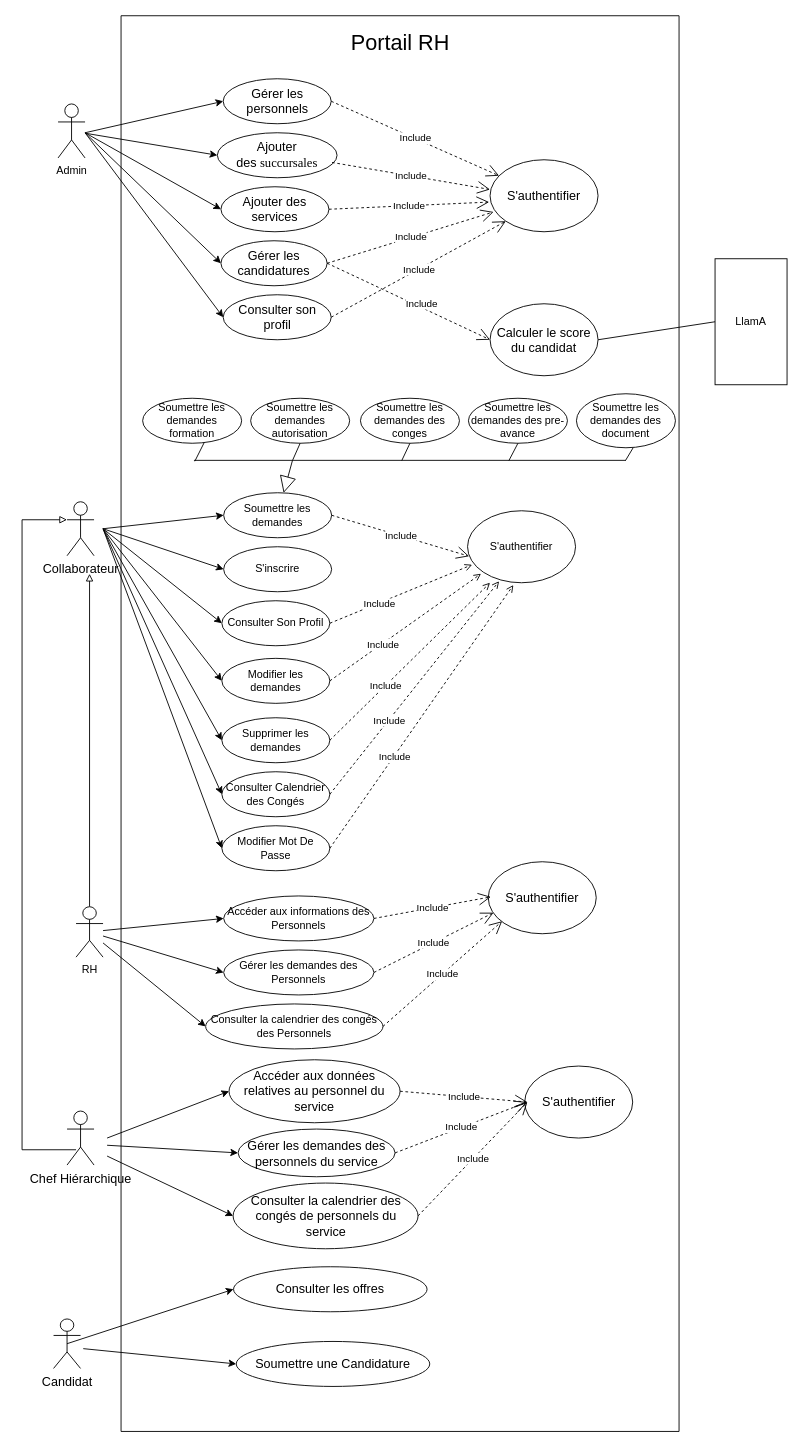
The draw.io diagram Diagramme_use_case.drawio in PORTAIL-RH/Portail-RH-Mobile, before the edit. Source tidied: cells renumbered, new cells numbered last; positions are measured from the earlier drawing's top-left corner, leaving out a move shared by most shapes. Both pictures are drawn from the tidied source at 90%, with x=0, y=0 at pixel (22, 15).
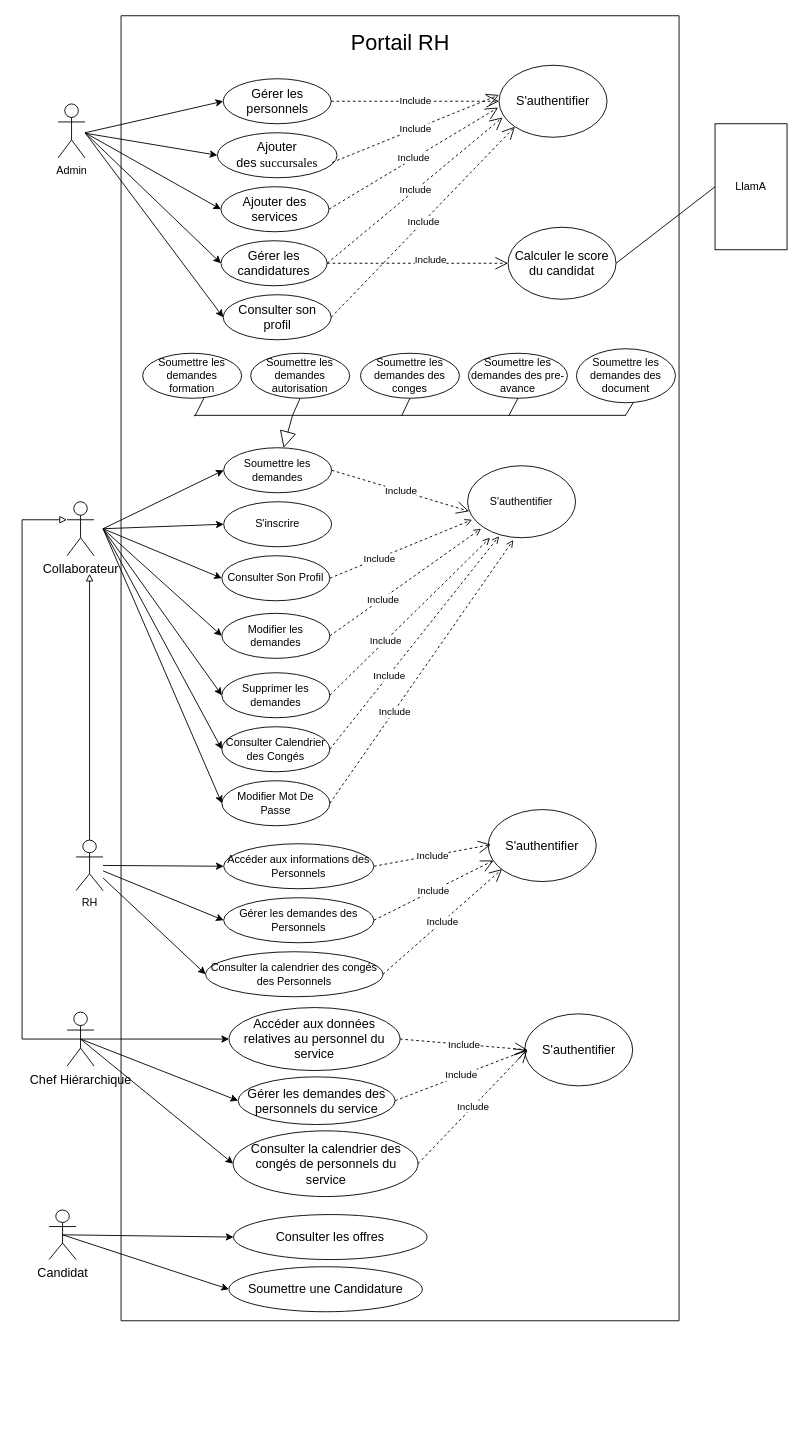
After the change.

Commit message:
Mettre à jour Diagramme_use_case.drawio

What changed in the source:
```diff
@@
     <mxCell id="2" style="swimlane;startSize=0;" parent="1" vertex="1">
-      <mxGeometry x="110" width="620" height="1573" as="geometry" />
+      <mxGeometry x="110" width="620" height="1450" as="geometry" />
     </mxCell>
@@
     <mxCell id="6" value="S'authentifier" style="ellipse;whiteSpace=wrap;html=1;fontSize=14;" parent="2" vertex="1">
-      <mxGeometry x="410" y="160" width="120" height="80" as="geometry" />
+      <mxGeometry x="420" y="55" width="120" height="80" as="geometry" />
     </mxCell>
@@
     <mxCell id="15" value="Accéder aux données relatives au personnel du service" style="ellipse;whiteSpace=wrap;html=1;fontSize=14;" parent="2" vertex="1">
-      <mxGeometry x="120" y="1160" width="190" height="70" as="geometry" />
+      <mxGeometry x="120" y="1102" width="190" height="70" as="geometry" />
     </mxCell>
     <mxCell id="16" value="&lt;font style=&quot;font-size: 14px;&quot;&gt;Gérer les demandes des personnels du service&lt;/font&gt;" style="ellipse;whiteSpace=wrap;html=1;" parent="2" vertex="1">
-      <mxGeometry x="130" y="1237" width="174.5" height="53" as="geometry" />
+      <mxGeometry x="130" y="1179" width="174.5" height="53" as="geometry" />
     </mxCell>
-    <mxCell id="17" style="endArrow=classic;html=1;rounded=0;entryX=0;entryY=0.5;entryDx=0;entryDy=0;" parent="2" edge="1" target="15">
-      <mxGeometry relative="1" as="geometry">
-        <mxPoint x="-15.5" y="1247" as="sourcePoint" />
-      </mxGeometry>
-    </mxCell>
-    <mxCell id="18" style="endArrow=classic;html=1;rounded=0;entryX=0;entryY=0.5;entryDx=0;entryDy=0;" parent="2" edge="1" target="16">
-      <mxGeometry relative="1" as="geometry">
-        <mxPoint x="-15.5" y="1255" as="sourcePoint" />
-      </mxGeometry>
-    </mxCell>
     <mxCell id="19" value="Consulter la calendrier des congés de personnels du service" style="ellipse;whiteSpace=wrap;html=1;fontSize=14;" parent="2" vertex="1">
-      <mxGeometry x="124.5" y="1297" width="205.5" height="73" as="geometry" />
+      <mxGeometry x="124.5" y="1239" width="205.5" height="73" as="geometry" />
     </mxCell>
-    <mxCell id="20" style="endArrow=classic;html=1;rounded=0;entryX=0;entryY=0.5;entryDx=0;entryDy=0;" parent="2" edge="1" target="19">
-      <mxGeometry relative="1" as="geometry">
-        <mxPoint x="-15.5" y="1267" as="sourcePoint" />
-      </mxGeometry>
-    </mxCell>
     <mxCell id="21" value="S'authentifier" style="ellipse;whiteSpace=wrap;html=1;fontSize=14;" parent="2" vertex="1">
-      <mxGeometry x="448.5" y="1167" width="120" height="80" as="geometry" />
+      <mxGeometry x="448.5" y="1109" width="120" height="80" as="geometry" />
     </mxCell>
     <mxCell id="22" value="Include" style="endArrow=open;endSize=12;dashed=1;html=1;rounded=0;exitX=1;exitY=0.5;exitDx=0;exitDy=0;entryX=0;entryY=0.5;entryDx=0;entryDy=0;" parent="2" edge="1" source="15">
       <mxGeometry relative="1" as="geometry">
-        <mxPoint x="451.5" y="1207" as="targetPoint" />
+        <mxPoint x="451.5" y="1149" as="targetPoint" />
       </mxGeometry>
     </mxCell>
     <mxCell id="23" value="Include" style="endArrow=open;endSize=12;dashed=1;html=1;rounded=0;exitX=1;exitY=0.5;exitDx=0;exitDy=0;entryX=0;entryY=0.5;entryDx=0;entryDy=0;" parent="2" edge="1" source="16">
       <mxGeometry relative="1" as="geometry">
-        <mxPoint x="451.5" y="1207" as="targetPoint" />
+        <mxPoint x="451.5" y="1149" as="targetPoint" />
       </mxGeometry>
     </mxCell>
     <mxCell id="24" value="Include" style="endArrow=open;endSize=12;dashed=1;html=1;rounded=0;exitX=1;exitY=0.5;exitDx=0;exitDy=0;entryX=0;entryY=0.5;entryDx=0;entryDy=0;" parent="2" edge="1" source="19">
       <mxGeometry relative="1" as="geometry">
-        <mxPoint x="451.5" y="1207" as="targetPoint" />
+        <mxPoint x="451.5" y="1149" as="targetPoint" />
       </mxGeometry>
     </mxCell>
     <mxCell id="25" value="Accéder aux informations des Personnels" style="ellipse;whiteSpace=wrap;html=1;" parent="2" vertex="1">
-      <mxGeometry x="114" y="978" width="167" height="50" as="geometry" />
+      <mxGeometry x="114" y="920" width="167" height="50" as="geometry" />
     </mxCell>
     <mxCell id="26" value="Gérer&amp;nbsp;les demandes des Personnels" style="ellipse;whiteSpace=wrap;html=1;" parent="2" vertex="1">
-      <mxGeometry x="114" y="1038" width="167" height="50" as="geometry" />
+      <mxGeometry x="114" y="980" width="167" height="50" as="geometry" />
     </mxCell>
     <mxCell id="27" value="Consulter la calendrier des congés des Personnels" style="ellipse;whiteSpace=wrap;html=1;" parent="2" vertex="1">
-      <mxGeometry x="94" y="1098" width="197" height="50" as="geometry" />
+      <mxGeometry x="94" y="1040" width="197" height="50" as="geometry" />
     </mxCell>
     <mxCell id="28" value="S'authentifier" style="ellipse;whiteSpace=wrap;html=1;fontSize=14;" parent="2" vertex="1">
-      <mxGeometry x="408" y="940" width="120" height="80" as="geometry" />
+      <mxGeometry x="408" y="882" width="120" height="80" as="geometry" />
     </mxCell>
     <mxCell id="29" value="Include" style="endArrow=open;endSize=12;dashed=1;html=1;rounded=0;exitX=1;exitY=0.5;exitDx=0;exitDy=0;entryX=0;entryY=0.5;entryDx=0;entryDy=0;" parent="2" edge="1" source="25">
       <mxGeometry relative="1" as="geometry">
-        <mxPoint x="411" y="979" as="targetPoint" />
+        <mxPoint x="411" y="921" as="targetPoint" />
       </mxGeometry>
     </mxCell>
     <mxCell id="30" value="Include" style="endArrow=open;endSize=12;dashed=1;html=1;rounded=0;exitX=1;exitY=0.5;exitDx=0;exitDy=0;entryX=0.024;entryY=0.72;entryDx=0;entryDy=0;entryPerimeter=0;" parent="2" edge="1" source="26">
       <mxGeometry relative="1" as="geometry">
-        <mxPoint x="413.9" y="996.6" as="targetPoint" />
+        <mxPoint x="413.9" y="938.6" as="targetPoint" />
       </mxGeometry>
     </mxCell>
     <mxCell id="31" value="Include" style="endArrow=open;endSize=12;dashed=1;html=1;rounded=0;exitX=1;exitY=0.5;exitDx=0;exitDy=0;entryX=0.103;entryY=0.839;entryDx=0;entryDy=0;entryPerimeter=0;" parent="2" edge="1" source="27">
       <mxGeometry relative="1" as="geometry">
-        <mxPoint x="423.4" y="1006.1" as="targetPoint" />
+        <mxPoint x="423.4" y="948.1" as="targetPoint" />
       </mxGeometry>
     </mxCell>
     <mxCell id="32" value="Soumettre les demandes" style="ellipse;whiteSpace=wrap;html=1;" parent="2" vertex="1">
-      <mxGeometry x="114" y="530" width="120" height="50" as="geometry" />
+      <mxGeometry x="114" y="480" width="120" height="50" as="geometry" />
     </mxCell>
     <mxCell id="33" value="S'inscrire" style="ellipse;whiteSpace=wrap;html=1;" parent="2" vertex="1">
-      <mxGeometry x="114" y="590" width="120" height="50" as="geometry" />
+      <mxGeometry x="114" y="540" width="120" height="50" as="geometry" />
     </mxCell>
     <mxCell id="34" value="S'authentifier" style="ellipse;whiteSpace=wrap;html=1;" parent="2" vertex="1">
-      <mxGeometry x="385" y="550" width="120" height="80" as="geometry" />
+      <mxGeometry x="385" y="500" width="120" height="80" as="geometry" />
     </mxCell>
@@
     <mxCell id="36" value="Supprimer les demandes" style="ellipse;whiteSpace=wrap;html=1;" parent="2" vertex="1">
-      <mxGeometry x="112" y="780" width="120" height="50" as="geometry" />
+      <mxGeometry x="112" y="730" width="120" height="50" as="geometry" />
     </mxCell>
     <mxCell id="37" value="Modifier les demandes" style="ellipse;whiteSpace=wrap;html=1;" parent="2" vertex="1">
-      <mxGeometry x="112" y="714" width="120" height="50" as="geometry" />
+      <mxGeometry x="112" y="664" width="120" height="50" as="geometry" />
     </mxCell>
     <mxCell id="38" value="Consulter Calendrier des Congés" style="ellipse;whiteSpace=wrap;html=1;" parent="2" vertex="1">
-      <mxGeometry x="112" y="840" width="120" height="50" as="geometry" />
+      <mxGeometry x="112" y="790" width="120" height="50" as="geometry" />
     </mxCell>
     <mxCell id="39" value="Modifier Mot De Passe" style="ellipse;whiteSpace=wrap;html=1;" parent="2" vertex="1">
-      <mxGeometry x="112" y="900" width="120" height="50" as="geometry" />
+      <mxGeometry x="112" y="850" width="120" height="50" as="geometry" />
     </mxCell>
     <mxCell id="40" value="Consulter les offres" style="ellipse;whiteSpace=wrap;html=1;fontSize=14;" parent="2" vertex="1">
-      <mxGeometry x="125" y="1390" width="215" height="50" as="geometry" />
+      <mxGeometry x="125" y="1332" width="215" height="50" as="geometry" />
     </mxCell>
     <mxCell id="41" value="Soumettre une Candidature" style="ellipse;whiteSpace=wrap;html=1;fontSize=14;" parent="2" vertex="1">
-      <mxGeometry x="128" y="1473" width="215" height="50" as="geometry" />
+      <mxGeometry x="119.8" y="1390" width="215" height="50" as="geometry" />
     </mxCell>
-    <mxCell id="42" style="endArrow=block;html=1;rounded=0;endFill=0;" parent="2" edge="1">
+    <mxCell id="42" style="endArrow=block;html=1;rounded=0;endFill=0;exitX=0.5;exitY=0.5;exitDx=0;exitDy=0;exitPerimeter=0;" parent="2" edge="1" source="75">
       <mxGeometry relative="1" as="geometry">
-        <mxPoint x="-50" y="1260" as="sourcePoint" />
         <mxPoint x="-60" y="560" as="targetPoint" />
         <Array as="points">
-          <mxPoint x="-110" y="1260" />
+          <mxPoint x="-110" y="1137" />
           <mxPoint x="-110" y="560" />
         </Array>
       </mxGeometry>
     </mxCell>
@@
-    <mxCell id="48" style="endArrow=classic;html=1;rounded=0;entryX=0;entryY=0.5;entryDx=0;entryDy=0;" parent="2" edge="1" target="41">
-      <mxGeometry relative="1" as="geometry">
-        <mxPoint x="-42" y="1481" as="sourcePoint" />
-      </mxGeometry>
-    </mxCell>
-    <mxCell id="49" value="&lt;font style=&quot;font-size: 14px;&quot;&gt;Candidat&lt;/font&gt;" style="shape=umlActor;verticalLabelPosition=bottom;verticalAlign=top;html=1;" parent="2" vertex="1">
-      <mxGeometry x="-75" y="1448" width="30" height="55" as="geometry" />
-    </mxCell>
-    <mxCell id="50" style="endArrow=classic;html=1;rounded=0;entryX=0;entryY=0.5;entryDx=0;entryDy=0;exitX=0.5;exitY=0.5;exitDx=0;exitDy=0;exitPerimeter=0;" parent="2" edge="1" source="49" target="40">
-      <mxGeometry relative="1" as="geometry" />
-    </mxCell>
     <mxCell id="51" value="Consulter Son Profil" style="ellipse;whiteSpace=wrap;html=1;" parent="2" vertex="1">
-      <mxGeometry x="112" y="650" width="120" height="50" as="geometry" />
+      <mxGeometry x="112" y="600" width="120" height="50" as="geometry" />
     </mxCell>
@@
     <mxCell id="56" value="Soumettre les demandes des conges" style="ellipse;whiteSpace=wrap;html=1;strokeWidth=1;fontSize=12;" parent="2" vertex="1">
-      <mxGeometry x="266" y="425" width="110" height="50" as="geometry" />
+      <mxGeometry x="266" y="375" width="110" height="50" as="geometry" />
     </mxCell>
     <mxCell id="57" value="Soumettre les demandes autorisation" style="ellipse;whiteSpace=wrap;html=1;strokeWidth=1;fontSize=12;" parent="2" vertex="1">
-      <mxGeometry x="144" y="425" width="110" height="50" as="geometry" />
+      <mxGeometry x="144" y="375" width="110" height="50" as="geometry" />
     </mxCell>
     <mxCell id="58" value="Soumettre les demandes formation" style="ellipse;whiteSpace=wrap;html=1;strokeWidth=1;fontSize=12;" parent="2" vertex="1">
-      <mxGeometry x="24" y="425" width="110" height="50" as="geometry" />
+      <mxGeometry x="24" y="375" width="110" height="50" as="geometry" />
     </mxCell>
     <mxCell id="59" value="Soumettre les demandes des pre-avance" style="ellipse;whiteSpace=wrap;html=1;strokeWidth=1;fontSize=12;" parent="2" vertex="1">
-      <mxGeometry x="386" y="425" width="110" height="50" as="geometry" />
+      <mxGeometry x="386" y="375" width="110" height="50" as="geometry" />
     </mxCell>
     <mxCell id="60" value="Soumettre les demandes des document" style="ellipse;whiteSpace=wrap;html=1;strokeWidth=1;fontSize=12;" parent="2" vertex="1">
-      <mxGeometry x="506" y="420" width="110" height="60" as="geometry" />
+      <mxGeometry x="506" y="370" width="110" height="60" as="geometry" />
     </mxCell>
     <mxCell id="61" style="line;strokeWidth=1;fillColor=none;align=left;verticalAlign=middle;spacingTop=-1;spacingLeft=3;spacingRight=3;labelPosition=right;points=[];portConstraint=eastwest;strokeColor=inherit;fontSize=12;" parent="2" vertex="1">
-      <mxGeometry x="81" y="490" width="480" height="8" as="geometry" />
+      <mxGeometry x="81" y="440" width="480" height="8" as="geometry" />
     </mxCell>
@@
     <mxCell id="66" style="endArrow=none;html=1;rounded=0;entryX=0.999;entryY=0.517;entryDx=0;entryDy=0;entryPerimeter=0;strokeWidth=1;fontSize=12;" parent="2" edge="1" target="61">
       <mxGeometry relative="1" as="geometry">
-        <mxPoint x="569" y="480" as="sourcePoint" />
+        <mxPoint x="569" y="430" as="sourcePoint" />
       </mxGeometry>
     </mxCell>
@@
     <mxCell id="71" value="RH" style="shape=umlActor;verticalLabelPosition=bottom;verticalAlign=top;html=1;" parent="2" vertex="1">
-      <mxGeometry x="-50" y="990" width="30" height="56" as="geometry" />
+      <mxGeometry x="-50" y="916" width="30" height="56" as="geometry" />
     </mxCell>
@@
-    <mxCell id="75" value="&lt;font style=&quot;font-size: 14px;&quot;&gt;Chef Hiérarchique&lt;/font&gt;" style="shape=umlActor;verticalLabelPosition=bottom;verticalAlign=top;html=1;" parent="2" vertex="1">
-      <mxGeometry x="-60" y="1217" width="30" height="60" as="geometry" />
-    </mxCell>
     <mxCell id="76" style="endArrow=open;dashed=1;html=1;rounded=0;entryX=0.042;entryY=0.75;entryDx=0;entryDy=0;entryPerimeter=0;exitX=1;exitY=0.5;exitDx=0;exitDy=0;endFill=0;" parent="2" edge="1" source="37">
       <mxGeometry relative="1" as="geometry">
-        <mxPoint x="400" y="620" as="targetPoint" />
+        <mxPoint x="400" y="570" as="targetPoint" />
       </mxGeometry>
     </mxCell>
@@
     <mxCell id="78" style="endArrow=open;dashed=1;html=1;rounded=0;entryX=0.042;entryY=0.75;entryDx=0;entryDy=0;entryPerimeter=0;exitX=1;exitY=0.5;exitDx=0;exitDy=0;endFill=0;" parent="2" edge="1" source="36">
       <mxGeometry relative="1" as="geometry">
-        <mxPoint x="410" y="630" as="targetPoint" />
+        <mxPoint x="410" y="580" as="targetPoint" />
       </mxGeometry>
     </mxCell>
@@
     <mxCell id="81" value="Calculer le score du candidat" style="ellipse;whiteSpace=wrap;html=1;fontSize=14;" parent="2" vertex="1">
-      <mxGeometry x="410" y="320" width="120" height="80" as="geometry" />
+      <mxGeometry x="430" y="235" width="120" height="80" as="geometry" />
     </mxCell>
@@
     <mxCell id="88" value="LlamA" style="rounded=0;whiteSpace=wrap;html=1;" parent="1" vertex="1">
-      <mxGeometry x="770" y="270" width="80" height="140" as="geometry" />
+      <mxGeometry x="770" y="120" width="80" height="140" as="geometry" />
     </mxCell>
@@
+    <mxCell id="75" value="&lt;font style=&quot;font-size: 14px;&quot;&gt;Chef Hiérarchique&lt;/font&gt;" style="shape=umlActor;verticalLabelPosition=bottom;verticalAlign=top;html=1;" parent="1" vertex="1">
+      <mxGeometry x="50" y="1107" width="30" height="60" as="geometry" />
+    </mxCell>
+    <mxCell id="17" style="endArrow=classic;html=1;rounded=0;entryX=0;entryY=0.5;entryDx=0;entryDy=0;exitX=0.5;exitY=0.5;exitDx=0;exitDy=0;exitPerimeter=0;" parent="1" edge="1" source="75" target="15">
+      <mxGeometry relative="1" as="geometry" />
+    </mxCell>
+    <mxCell id="20" style="endArrow=classic;html=1;rounded=0;entryX=0;entryY=0.5;entryDx=0;entryDy=0;exitX=0.5;exitY=0.5;exitDx=0;exitDy=0;exitPerimeter=0;" parent="1" edge="1" source="75" target="19">
+      <mxGeometry relative="1" as="geometry" />
+    </mxCell>
+    <mxCell id="18" style="endArrow=classic;html=1;rounded=0;entryX=0;entryY=0.5;entryDx=0;entryDy=0;exitX=0.5;exitY=0.5;exitDx=0;exitDy=0;exitPerimeter=0;" parent="1" edge="1" source="75" target="16">
+      <mxGeometry relative="1" as="geometry" />
+    </mxCell>
+    <mxCell id="49" value="&lt;font style=&quot;font-size: 14px;&quot;&gt;Candidat&lt;/font&gt;" style="shape=umlActor;verticalLabelPosition=bottom;verticalAlign=top;html=1;" parent="1" vertex="1">
+      <mxGeometry x="30" y="1327" width="30" height="55" as="geometry" />
+    </mxCell>
+    <mxCell id="50" style="endArrow=classic;html=1;rounded=0;entryX=0;entryY=0.5;entryDx=0;entryDy=0;exitX=0.5;exitY=0.5;exitDx=0;exitDy=0;exitPerimeter=0;" parent="1" edge="1" source="49" target="40">
+      <mxGeometry relative="1" as="geometry" />
+    </mxCell>
+    <mxCell id="48" style="endArrow=classic;html=1;rounded=0;entryX=0;entryY=0.5;entryDx=0;entryDy=0;exitX=0.5;exitY=0.5;exitDx=0;exitDy=0;exitPerimeter=0;" parent="1" edge="1" source="49" target="41">
+      <mxGeometry relative="1" as="geometry" />
+    </mxCell>
```
